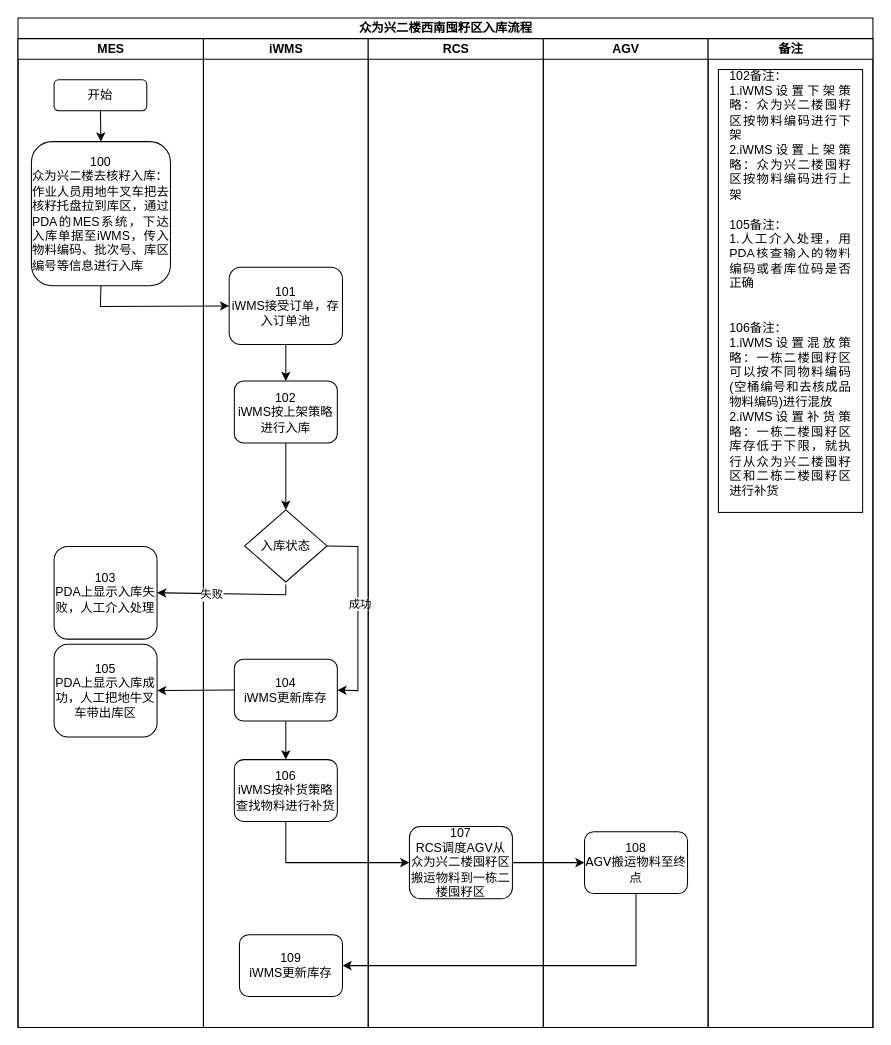
Earlier version of the draw.io diagram page "众为兴二楼西南囤籽区入库流程" (4 of 18) of data/伍子醉-无MES业务流程图.drawio (chenyanxi/hosts). Source tidied: cells renumbered, new cells numbered last; positions are measured from the earlier drawing's top-left corner, leaving out a move shared by most shapes. Both pictures are drawn from the tidied source at 103%, with x=0, y=0 at pixel (18, 18).
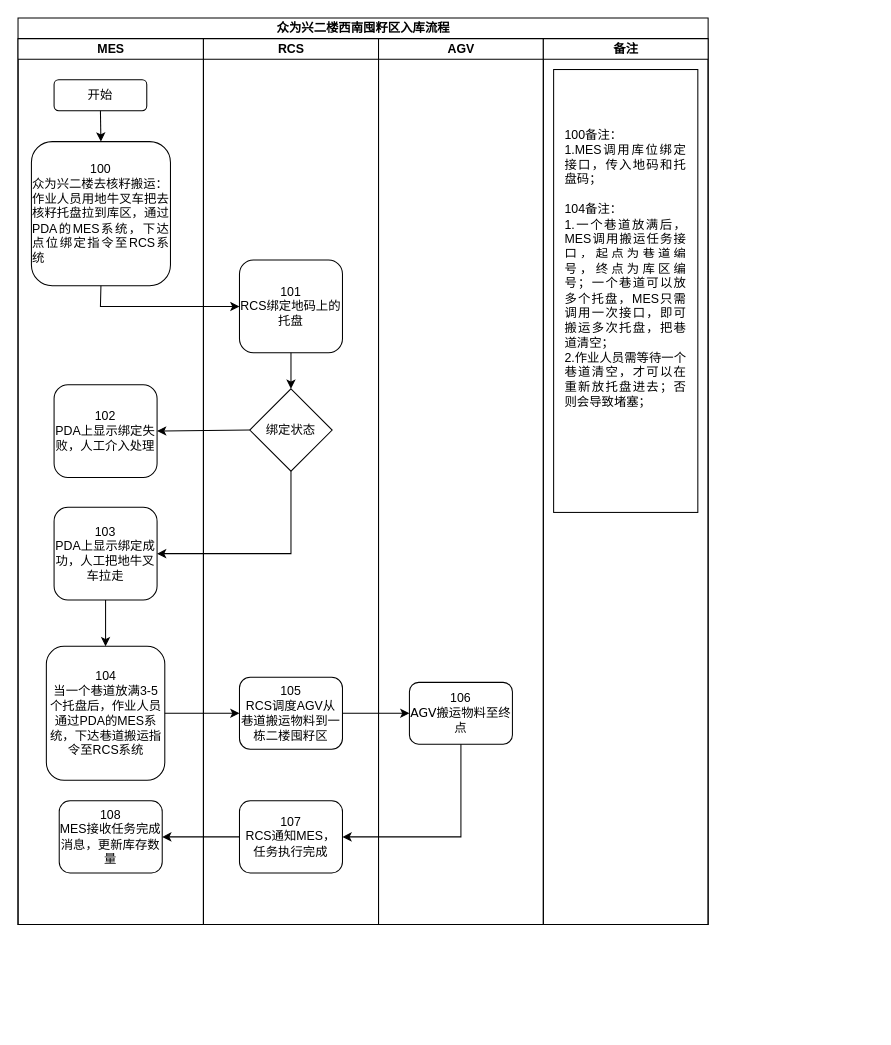
Above is the later version.

The edit, as a diff of the source:
```diff
@@
     <mxCell id="2" value="&lt;font style=&quot;font-size: 12px;&quot;&gt;众为兴二楼西南囤籽区入库流程&lt;/font&gt;" style="swimlane;html=1;startSize=20;rounded=0;shadow=0;labelBackgroundColor=none;strokeWidth=1;fontFamily=Verdana;fontSize=8;align=center;" parent="1" vertex="1">
-      <mxGeometry width="830" height="980" as="geometry" />
+      <mxGeometry width="670" height="880" as="geometry" />
     </mxCell>
     <mxCell id="3" value="MES" style="swimlane;html=1;startSize=20;" parent="2" vertex="1">
-      <mxGeometry y="20" width="180" height="960" as="geometry" />
+      <mxGeometry y="20" width="180" height="860" as="geometry" />
     </mxCell>
@@
-    <mxCell id="5" value="&lt;div&gt;&lt;font face=&quot;Helvetica&quot; style=&quot;font-size: 12px;&quot;&gt;103&lt;/font&gt;&lt;/div&gt;&lt;font face=&quot;Helvetica&quot;&gt;&lt;span style=&quot;font-size: 12px;&quot;&gt;PDA上显示入库失败，人工介入处理&lt;/span&gt;&lt;/font&gt;" style="rounded=1;whiteSpace=wrap;html=1;shadow=0;labelBackgroundColor=none;strokeWidth=1;fontFamily=Verdana;fontSize=8;align=center;" parent="3" vertex="1">
-      <mxGeometry x="35" y="493" width="100" height="90" as="geometry" />
-    </mxCell>
-    <mxCell id="6" value="&lt;div style=&quot;&quot;&gt;&lt;span style=&quot;font-size: 12px; font-family: Helvetica; background-color: initial;&quot;&gt;100&lt;/span&gt;&lt;/div&gt;&lt;font style=&quot;font-size: 12px;&quot; face=&quot;Helvetica&quot;&gt;&lt;div style=&quot;text-align: justify;&quot;&gt;&lt;span style=&quot;background-color: initial;&quot;&gt;众为兴二楼去核籽入库：&lt;/span&gt;&lt;/div&gt;&lt;/font&gt;&lt;div style=&quot;text-align: justify;&quot;&gt;&lt;font style=&quot;font-size: 12px;&quot; face=&quot;Helvetica&quot;&gt;作业人员用地牛叉车把去核籽托盘拉到库区，通过PDA的MES系统，下达入库单据至iWMS，传入物料编码、批次号、库区编号等信息进行入库&lt;/font&gt;&lt;/div&gt;" style="rounded=1;whiteSpace=wrap;html=1;shadow=0;labelBackgroundColor=none;strokeWidth=1;fontFamily=Verdana;fontSize=8;align=center;" parent="3" vertex="1">
+    <mxCell id="6" value="&lt;div style=&quot;&quot;&gt;&lt;span style=&quot;font-size: 12px; font-family: Helvetica; background-color: initial;&quot;&gt;100&lt;/span&gt;&lt;/div&gt;&lt;font style=&quot;font-size: 12px;&quot; face=&quot;Helvetica&quot;&gt;&lt;div style=&quot;text-align: justify;&quot;&gt;&lt;span style=&quot;background-color: initial;&quot;&gt;众为兴二楼去核籽搬运：&lt;/span&gt;&lt;/div&gt;&lt;/font&gt;&lt;div style=&quot;text-align: justify;&quot;&gt;&lt;font style=&quot;font-size: 12px;&quot; face=&quot;Helvetica&quot;&gt;作业人员用地牛叉车把去核籽托盘拉到库区，通过PDA的MES系统，&lt;/font&gt;&lt;span style=&quot;font-family: Helvetica; font-size: 12px; background-color: initial;&quot;&gt;下达点位绑定指令至RCS系统&lt;/span&gt;&lt;/div&gt;" style="rounded=1;whiteSpace=wrap;html=1;shadow=0;labelBackgroundColor=none;strokeWidth=1;fontFamily=Verdana;fontSize=8;align=center;" parent="3" vertex="1">
       <mxGeometry x="13" y="100" width="135" height="140" as="geometry" />
     </mxCell>
@@
-    <mxCell id="8" value="&lt;div&gt;&lt;font face=&quot;Helvetica&quot; style=&quot;font-size: 12px;&quot;&gt;105&lt;/font&gt;&lt;/div&gt;&lt;font face=&quot;Helvetica&quot;&gt;&lt;span style=&quot;font-size: 12px;&quot;&gt;PDA上显示入库成功，人工把地牛叉车带出库区&lt;/span&gt;&lt;/font&gt;" style="rounded=1;whiteSpace=wrap;html=1;shadow=0;labelBackgroundColor=none;strokeWidth=1;fontFamily=Verdana;fontSize=8;align=center;" parent="3" vertex="1">
-      <mxGeometry x="35" y="588" width="100" height="90" as="geometry" />
-    </mxCell>
-    <mxCell id="9" value="iWMS" style="swimlane;html=1;startSize=20;" parent="2" vertex="1">
-      <mxGeometry x="180" y="20" width="160" height="960" as="geometry" />
-    </mxCell>
-    <mxCell id="10" value="&lt;font style=&quot;font-size: 12px;&quot; face=&quot;Helvetica&quot;&gt;101&lt;/font&gt;&lt;div&gt;&lt;font style=&quot;font-size: 12px;&quot; face=&quot;Helvetica&quot;&gt;iWMS接受订单，存入订单池&lt;/font&gt;&lt;/div&gt;" style="rounded=1;whiteSpace=wrap;html=1;shadow=0;labelBackgroundColor=none;strokeWidth=1;fontFamily=Verdana;fontSize=8;align=center;" parent="9" vertex="1">
-      <mxGeometry x="25" y="222" width="110" height="75" as="geometry" />
-    </mxCell>
-    <mxCell id="11" value="&lt;font face=&quot;Helvetica&quot;&gt;&lt;span style=&quot;font-size: 12px;&quot;&gt;入库状态&lt;/span&gt;&lt;/font&gt;" style="rhombus;whiteSpace=wrap;html=1;rounded=0;shadow=0;labelBackgroundColor=none;strokeWidth=1;fontFamily=Verdana;fontSize=8;align=center;" parent="9" vertex="1">
-      <mxGeometry x="40" y="457.5" width="80" height="70" as="geometry" />
-    </mxCell>
-    <mxCell id="12" style="endArrow=classic;html=1;rounded=0;entryX=1;entryY=0.5;entryDx=0;entryDy=0;" parent="9" edge="1" target="5">
-      <mxGeometry relative="1" as="geometry">
-        <mxPoint x="80" y="530" as="sourcePoint" />
-        <Array as="points">
-          <mxPoint x="80" y="540" />
-        </Array>
-      </mxGeometry>
-    </mxCell>
-    <mxCell id="13" value="失败" style="edgeLabel;html=1;align=center;verticalAlign=middle;" parent="12" vertex="1">
-      <mxGeometry x="0.22" y="1" relative="1" as="geometry" />
-    </mxCell>
-    <mxCell id="14" value="&lt;font style=&quot;font-size: 12px;&quot; face=&quot;Helvetica&quot;&gt;102&lt;/font&gt;&lt;div&gt;&lt;font style=&quot;font-size: 12px;&quot; face=&quot;Helvetica&quot;&gt;iWMS按上架策略进行入库&lt;/font&gt;&lt;/div&gt;" style="rounded=1;whiteSpace=wrap;html=1;shadow=0;labelBackgroundColor=none;strokeWidth=1;fontFamily=Verdana;fontSize=8;align=center;" parent="9" vertex="1">
-      <mxGeometry x="30" y="332.5" width="100" height="60" as="geometry" />
-    </mxCell>
-    <mxCell id="15" style="endArrow=classic;html=1;rounded=0;exitX=0.5;exitY=1;exitDx=0;exitDy=0;entryX=0.5;entryY=0;entryDx=0;entryDy=0;" parent="9" edge="1" source="10" target="14">
-      <mxGeometry relative="1" as="geometry" />
-    </mxCell>
-    <mxCell id="16" style="endArrow=classic;html=1;rounded=0;exitX=0.5;exitY=1;exitDx=0;exitDy=0;entryX=0.5;entryY=0;entryDx=0;entryDy=0;" parent="9" edge="1" source="14" target="11">
-      <mxGeometry relative="1" as="geometry" />
-    </mxCell>
-    <mxCell id="17" value="&lt;font style=&quot;font-size: 12px;&quot; face=&quot;Helvetica&quot;&gt;104&lt;/font&gt;&lt;div&gt;&lt;font style=&quot;font-size: 12px;&quot; face=&quot;Helvetica&quot;&gt;iWMS更新库存&lt;/font&gt;&lt;/div&gt;" style="rounded=1;whiteSpace=wrap;html=1;shadow=0;labelBackgroundColor=none;strokeWidth=1;fontFamily=Verdana;fontSize=8;align=center;" parent="9" vertex="1">
-      <mxGeometry x="30" y="602.5" width="100" height="60" as="geometry" />
-    </mxCell>
-    <mxCell id="18" value="&lt;font style=&quot;font-size: 12px;&quot; face=&quot;Helvetica&quot;&gt;106&lt;/font&gt;&lt;div&gt;&lt;font style=&quot;font-size: 12px;&quot; face=&quot;Helvetica&quot;&gt;iWMS按补货策略查找物料进行补货&lt;/font&gt;&lt;/div&gt;" style="rounded=1;whiteSpace=wrap;html=1;shadow=0;labelBackgroundColor=none;strokeWidth=1;fontFamily=Verdana;fontSize=8;align=center;" parent="9" vertex="1">
-      <mxGeometry x="30" y="700" width="100" height="60" as="geometry" />
-    </mxCell>
-    <mxCell id="19" style="endArrow=classic;html=1;rounded=0;exitX=0.5;exitY=1;exitDx=0;exitDy=0;" parent="9" edge="1" source="17" target="18">
-      <mxGeometry relative="1" as="geometry" />
-    </mxCell>
-    <mxCell id="20" value="&lt;font style=&quot;font-size: 12px;&quot; face=&quot;Helvetica&quot;&gt;109&lt;/font&gt;&lt;div&gt;&lt;font style=&quot;font-size: 12px;&quot; face=&quot;Helvetica&quot;&gt;iWMS更新库存&lt;/font&gt;&lt;/div&gt;" style="rounded=1;whiteSpace=wrap;html=1;shadow=0;labelBackgroundColor=none;strokeWidth=1;fontFamily=Verdana;fontSize=8;align=center;" parent="9" vertex="1">
-      <mxGeometry x="35" y="870" width="100" height="60" as="geometry" />
-    </mxCell>
-    <mxCell id="21" style="endArrow=classic;html=1;rounded=0;exitX=1;exitY=0.5;exitDx=0;exitDy=0;entryX=1;entryY=0.5;entryDx=0;entryDy=0;" parent="9" edge="1" source="11" target="17">
-      <mxGeometry relative="1" as="geometry">
-        <Array as="points">
-          <mxPoint x="150" y="493" />
-          <mxPoint x="150" y="633" />
-        </Array>
-      </mxGeometry>
-    </mxCell>
-    <mxCell id="22" value="成功" style="edgeLabel;html=1;align=center;verticalAlign=middle;" parent="21" vertex="1">
-      <mxGeometry x="-0.1" y="1" relative="1" as="geometry" />
-    </mxCell>
+    <mxCell id="34" value="&lt;div&gt;&lt;font face=&quot;Helvetica&quot; style=&quot;font-size: 12px;&quot;&gt;104&lt;/font&gt;&lt;/div&gt;&lt;font face=&quot;Helvetica&quot;&gt;&lt;span style=&quot;font-size: 12px;&quot;&gt;当一个巷道放满3-5个托盘后，作业人员&lt;/span&gt;&lt;/font&gt;&lt;font style=&quot;text-align: justify; font-size: 12px;&quot; face=&quot;Helvetica&quot;&gt;通过PDA的MES系统，&lt;/font&gt;&lt;span style=&quot;text-align: justify; background-color: initial; font-family: Helvetica; font-size: 12px;&quot;&gt;下达巷道搬运指令至RCS系统&lt;/span&gt;" style="rounded=1;whiteSpace=wrap;html=1;shadow=0;labelBackgroundColor=none;strokeWidth=1;fontFamily=Verdana;fontSize=8;align=center;" parent="3" vertex="1">
+      <mxGeometry x="27.5" y="590" width="115" height="130" as="geometry" />
+    </mxCell>
+    <mxCell id="35" value="&lt;font style=&quot;font-size: 12px;&quot; face=&quot;Helvetica&quot;&gt;108&lt;/font&gt;&lt;div&gt;&lt;span style=&quot;font-family: Helvetica; font-size: 12px;&quot;&gt;MES接收任务完成消息，更新库存数量&lt;/span&gt;&lt;/div&gt;" style="rounded=1;whiteSpace=wrap;html=1;shadow=0;labelBackgroundColor=none;strokeWidth=1;fontFamily=Verdana;fontSize=8;align=center;" parent="3" vertex="1">
+      <mxGeometry x="40" y="740" width="100" height="70" as="geometry" />
+    </mxCell>
     <mxCell id="23" value="RCS" style="swimlane;html=1;startSize=20;" parent="2" vertex="1">
-      <mxGeometry x="340" y="20" width="170" height="960" as="geometry" />
+      <mxGeometry x="180" y="20" width="170" height="860" as="geometry" />
     </mxCell>
-    <mxCell id="24" value="&lt;font style=&quot;font-size: 12px;&quot; face=&quot;Helvetica&quot;&gt;107&lt;/font&gt;&lt;div&gt;&lt;font style=&quot;font-size: 12px;&quot; face=&quot;Helvetica&quot;&gt;RCS调度AGV从众为兴二楼囤籽区搬运物料到一栋二楼囤籽区&lt;/font&gt;&lt;/div&gt;" style="rounded=1;whiteSpace=wrap;html=1;shadow=0;labelBackgroundColor=none;strokeWidth=1;fontFamily=Verdana;fontSize=8;align=center;" parent="23" vertex="1">
-      <mxGeometry x="40" y="765" width="100" height="70" as="geometry" />
-    </mxCell>
+    <mxCell id="36" value="&lt;font style=&quot;font-size: 12px;&quot; face=&quot;Helvetica&quot;&gt;105&lt;/font&gt;&lt;div&gt;&lt;font style=&quot;font-size: 12px;&quot; face=&quot;Helvetica&quot;&gt;RCS调度AGV从巷道搬运物料到一栋二楼囤籽区&lt;/font&gt;&lt;/div&gt;" style="rounded=1;whiteSpace=wrap;html=1;shadow=0;labelBackgroundColor=none;strokeWidth=1;fontFamily=Verdana;fontSize=8;align=center;" parent="23" vertex="1">
+      <mxGeometry x="35" y="620" width="100" height="70" as="geometry" />
+    </mxCell>
+    <mxCell id="37" value="&lt;font style=&quot;font-size: 12px;&quot; face=&quot;Helvetica&quot;&gt;107&lt;/font&gt;&lt;div&gt;&lt;font style=&quot;font-size: 12px;&quot; face=&quot;Helvetica&quot;&gt;RCS通知MES，任务执行完成&lt;/font&gt;&lt;/div&gt;" style="rounded=1;whiteSpace=wrap;html=1;shadow=0;labelBackgroundColor=none;strokeWidth=1;fontFamily=Verdana;fontSize=8;align=center;" parent="23" vertex="1">
+      <mxGeometry x="35" y="740" width="100" height="70" as="geometry" />
+    </mxCell>
     <mxCell id="25" value="AGV" style="swimlane;html=1;startSize=20;" parent="2" vertex="1">
-      <mxGeometry x="510" y="20" width="160" height="960" as="geometry" />
+      <mxGeometry x="350" y="20" width="160" height="860" as="geometry" />
     </mxCell>
-    <mxCell id="26" value="&lt;font style=&quot;font-size: 12px;&quot; face=&quot;Helvetica&quot;&gt;108&lt;/font&gt;&lt;div&gt;&lt;font style=&quot;font-size: 12px;&quot;&gt;AGV搬运物料至终点&lt;/font&gt;&lt;/div&gt;" style="rounded=1;whiteSpace=wrap;html=1;shadow=0;labelBackgroundColor=none;strokeWidth=1;fontFamily=Verdana;fontSize=8;align=center;" parent="25" vertex="1">
-      <mxGeometry x="40" y="770" width="100" height="60" as="geometry" />
-    </mxCell>
+    <mxCell id="38" value="&lt;font style=&quot;font-size: 12px;&quot; face=&quot;Helvetica&quot;&gt;106&lt;/font&gt;&lt;div&gt;&lt;font style=&quot;font-size: 12px;&quot;&gt;AGV搬运物料至终点&lt;/font&gt;&lt;/div&gt;" style="rounded=1;whiteSpace=wrap;html=1;shadow=0;labelBackgroundColor=none;strokeWidth=1;fontFamily=Verdana;fontSize=8;align=center;" parent="25" vertex="1">
+      <mxGeometry x="30" y="625" width="100" height="60" as="geometry" />
+    </mxCell>
     <mxCell id="27" value="备注" style="swimlane;html=1;startSize=20;" parent="2" vertex="1">
-      <mxGeometry x="670" y="20" width="160" height="960" as="geometry" />
+      <mxGeometry x="510" y="20" width="160" height="860" as="geometry" />
     </mxCell>
-    <mxCell id="28" value="&lt;div style=&quot;text-align: justify;&quot;&gt;102备注：&lt;/div&gt;&lt;div style=&quot;text-align: justify;&quot;&gt;&lt;span style=&quot;text-align: center; background-color: initial;&quot;&gt;1.iWMS设置下架策略：众为兴二楼囤籽区按物料编码进行下架&lt;/span&gt;&lt;/div&gt;&lt;div style=&quot;text-align: justify;&quot;&gt;&lt;span style=&quot;text-align: center;&quot;&gt;2.&lt;/span&gt;&lt;span style=&quot;background-color: initial; text-align: center;&quot;&gt;iWMS设置上架策略：众为兴二楼囤籽区按物料编码进行上架&lt;/span&gt;&lt;/div&gt;&lt;div style=&quot;text-align: justify;&quot;&gt;&lt;span style=&quot;text-align: center;&quot;&gt;&lt;br&gt;&lt;/span&gt;&lt;/div&gt;&lt;div style=&quot;text-align: justify;&quot;&gt;&lt;span style=&quot;text-align: center;&quot;&gt;105备注：&lt;/span&gt;&lt;/div&gt;&lt;div style=&quot;text-align: justify;&quot;&gt;1.人工介入处理，用PDA核查输入的物料编码或者库位码是否正确&lt;/div&gt;&lt;div style=&quot;text-align: justify;&quot;&gt;&lt;br&gt;&lt;/div&gt;&lt;div style=&quot;text-align: justify;&quot;&gt;&lt;br&gt;&lt;/div&gt;&lt;div style=&quot;text-align: justify;&quot;&gt;&lt;div&gt;106备注：&lt;/div&gt;&lt;div&gt;1.iWMS设置混放策略：一栋二楼囤籽区可以按不同物料编码(空桶编号和去核成品物料编码)进行混放&lt;/div&gt;&lt;div&gt;2.iWMS设置补货策略：一栋二楼囤籽区库存低于下限，就执行从众为兴二楼囤籽区和二栋二楼囤籽区进行补货&lt;/div&gt;&lt;div&gt;&lt;br&gt;&lt;/div&gt;&lt;/div&gt;" style="rounded=0;whiteSpace=wrap;html=1;spacingTop=5;spacingLeft=10;spacingBottom=5;spacingRight=10;" parent="27" vertex="1">
+    <mxCell id="28" value="&lt;div style=&quot;text-align: justify;&quot;&gt;100备注：&lt;/div&gt;&lt;div style=&quot;text-align: justify;&quot;&gt;1.&lt;span style=&quot;background-color: initial; text-align: center;&quot;&gt;MES调用库位绑定接口，传入地码和托盘码；&lt;/span&gt;&lt;/div&gt;&lt;div style=&quot;text-align: justify;&quot;&gt;&lt;span style=&quot;background-color: initial; text-align: center;&quot;&gt;&lt;br&gt;&lt;/span&gt;&lt;/div&gt;&lt;div style=&quot;text-align: justify;&quot;&gt;&lt;span style=&quot;background-color: initial; text-align: center;&quot;&gt;104备注：&lt;/span&gt;&lt;/div&gt;&lt;div style=&quot;text-align: justify;&quot;&gt;&lt;span style=&quot;background-color: initial; text-align: center;&quot;&gt;1.一个巷道放满后，MES调用搬运任务接口，起点为巷道编号，终点为库区编号；一个巷道可以放多个托盘，MES只需调用一次接口，即可搬运多次托盘，把巷道清空；&lt;/span&gt;&lt;/div&gt;&lt;div style=&quot;text-align: justify;&quot;&gt;&lt;span style=&quot;background-color: initial; text-align: center;&quot;&gt;2.作业人员需等待一个巷道清空，才可以在重新放托盘进去；否则会导致堵塞；&lt;/span&gt;&lt;/div&gt;&lt;div style=&quot;text-align: justify;&quot;&gt;&lt;br&gt;&lt;/div&gt;&lt;div style=&quot;text-align: justify;&quot;&gt;&lt;br&gt;&lt;/div&gt;&lt;div style=&quot;text-align: justify;&quot;&gt;&lt;div&gt;&lt;br&gt;&lt;/div&gt;&lt;/div&gt;" style="rounded=0;whiteSpace=wrap;html=1;spacingTop=5;spacingLeft=10;spacingBottom=5;spacingRight=10;" parent="27" vertex="1">
       <mxGeometry x="10" y="30" width="140" height="430" as="geometry" />
     </mxCell>
-    <mxCell id="29" style="endArrow=classic;html=1;rounded=0;exitX=1;exitY=0.5;exitDx=0;exitDy=0;entryX=0;entryY=0.5;entryDx=0;entryDy=0;" parent="2" edge="1" source="24" target="26">
-      <mxGeometry relative="1" as="geometry" />
-    </mxCell>
-    <mxCell id="30" style="endArrow=classic;html=1;rounded=0;exitX=0.5;exitY=1;exitDx=0;exitDy=0;entryX=1;entryY=0.5;entryDx=0;entryDy=0;" parent="2" edge="1" source="26" target="20">
-      <mxGeometry relative="1" as="geometry">
-        <Array as="points">
-          <mxPoint x="600" y="920" />
-        </Array>
-      </mxGeometry>
-    </mxCell>
+    <mxCell id="39" style="endArrow=classic;html=1;rounded=0;exitX=1;exitY=0.5;exitDx=0;exitDy=0;entryX=0;entryY=0.5;entryDx=0;entryDy=0;" parent="2" edge="1" source="34" target="36">
+      <mxGeometry relative="1" as="geometry" />
+    </mxCell>
+    <mxCell id="40" style="endArrow=classic;html=1;rounded=0;exitX=1;exitY=0.5;exitDx=0;exitDy=0;entryX=0;entryY=0.5;entryDx=0;entryDy=0;" parent="2" edge="1" source="36" target="38">
+      <mxGeometry relative="1" as="geometry" />
+    </mxCell>
+    <mxCell id="41" style="endArrow=classic;html=1;rounded=0;exitX=0.5;exitY=1;exitDx=0;exitDy=0;entryX=1;entryY=0.5;entryDx=0;entryDy=0;" parent="2" edge="1" source="38" target="37">
+      <mxGeometry relative="1" as="geometry">
+        <Array as="points">
+          <mxPoint x="430" y="795" />
+        </Array>
+      </mxGeometry>
+    </mxCell>
+    <mxCell id="42" style="endArrow=classic;html=1;rounded=0;exitX=0;exitY=0.5;exitDx=0;exitDy=0;entryX=1;entryY=0.5;entryDx=0;entryDy=0;" parent="2" edge="1" source="37" target="35">
+      <mxGeometry relative="1" as="geometry" />
+    </mxCell>
+    <mxCell id="43" value="&lt;div&gt;&lt;font face=&quot;Helvetica&quot; style=&quot;font-size: 12px;&quot;&gt;102&lt;/font&gt;&lt;/div&gt;&lt;font face=&quot;Helvetica&quot;&gt;&lt;span style=&quot;font-size: 12px;&quot;&gt;PDA上显示绑定失败，人工介入处理&lt;/span&gt;&lt;/font&gt;" style="rounded=1;whiteSpace=wrap;html=1;shadow=0;labelBackgroundColor=none;strokeWidth=1;fontFamily=Verdana;fontSize=8;align=center;" parent="1" vertex="1">
+      <mxGeometry x="35" y="356" width="100" height="90" as="geometry" />
+    </mxCell>
+    <mxCell id="44" value="&lt;div&gt;&lt;font face=&quot;Helvetica&quot; style=&quot;font-size: 12px;&quot;&gt;103&lt;/font&gt;&lt;/div&gt;&lt;font face=&quot;Helvetica&quot;&gt;&lt;span style=&quot;font-size: 12px;&quot;&gt;PDA上显示绑定成功，人工把地牛叉车拉走&lt;/span&gt;&lt;/font&gt;" style="rounded=1;whiteSpace=wrap;html=1;shadow=0;labelBackgroundColor=none;strokeWidth=1;fontFamily=Verdana;fontSize=8;align=center;" parent="1" vertex="1">
+      <mxGeometry x="35" y="475" width="100" height="90" as="geometry" />
+    </mxCell>
+    <mxCell id="45" value="&lt;div&gt;&lt;font face=&quot;Helvetica&quot; style=&quot;font-size: 12px;&quot;&gt;101&lt;/font&gt;&lt;/div&gt;&lt;font face=&quot;Helvetica&quot;&gt;&lt;span style=&quot;font-size: 12px;&quot;&gt;RCS绑定地码上的托盘&lt;/span&gt;&lt;/font&gt;" style="rounded=1;whiteSpace=wrap;html=1;shadow=0;labelBackgroundColor=none;strokeWidth=1;fontFamily=Verdana;fontSize=8;align=center;" parent="1" vertex="1">
+      <mxGeometry x="215" y="235" width="100" height="90" as="geometry" />
+    </mxCell>
+    <mxCell id="46" value="绑定状态" style="rhombus;whiteSpace=wrap;html=1;" parent="1" vertex="1">
+      <mxGeometry x="225" y="360" width="80" height="80" as="geometry" />
+    </mxCell>
+    <mxCell id="47" style="endArrow=classic;html=1;rounded=0;entryX=1;entryY=0.5;entryDx=0;entryDy=0;exitX=0.5;exitY=1;exitDx=0;exitDy=0;" parent="1" edge="1" source="46" target="44">
+      <mxGeometry relative="1" as="geometry">
+        <Array as="points">
+          <mxPoint x="265" y="520" />
+        </Array>
+      </mxGeometry>
+    </mxCell>
+    <mxCell id="48" style="endArrow=classic;html=1;rounded=0;exitX=0;exitY=0.5;exitDx=0;exitDy=0;entryX=1;entryY=0.5;entryDx=0;entryDy=0;" parent="1" edge="1" source="46" target="43">
+      <mxGeometry relative="1" as="geometry" />
+    </mxCell>
-    <mxCell id="31" style="endArrow=classic;html=1;rounded=0;exitX=0.5;exitY=1;exitDx=0;exitDy=0;entryX=0;entryY=0.5;entryDx=0;entryDy=0;" parent="2" edge="1" source="6" target="10">
+    <mxCell id="31" style="endArrow=classic;html=1;rounded=0;exitX=0.5;exitY=1;exitDx=0;exitDy=0;entryX=0;entryY=0.5;entryDx=0;entryDy=0;" parent="1" edge="1" source="6" target="45">
       <mxGeometry relative="1" as="geometry">
         <Array as="points">
           <mxPoint x="80" y="280" />
         </Array>
       </mxGeometry>
     </mxCell>
-    <mxCell id="32" style="endArrow=classic;html=1;rounded=0;exitX=0;exitY=0.5;exitDx=0;exitDy=0;entryX=1;entryY=0.5;entryDx=0;entryDy=0;" parent="2" edge="1" source="17" target="8">
-      <mxGeometry relative="1" as="geometry" />
-    </mxCell>
-    <mxCell id="33" style="endArrow=classic;html=1;rounded=0;exitX=0.5;exitY=1;exitDx=0;exitDy=0;entryX=0;entryY=0.5;entryDx=0;entryDy=0;" parent="2" edge="1" source="18" target="24">
-      <mxGeometry relative="1" as="geometry">
-        <Array as="points">
-          <mxPoint x="260" y="820" />
-        </Array>
-      </mxGeometry>
-    </mxCell>
+    <mxCell id="49" style="endArrow=classic;html=1;rounded=0;exitX=0.5;exitY=1;exitDx=0;exitDy=0;entryX=0.5;entryY=0;entryDx=0;entryDy=0;" parent="1" edge="1" source="45" target="46">
+      <mxGeometry relative="1" as="geometry" />
+    </mxCell>
+    <mxCell id="50" style="endArrow=classic;html=1;rounded=0;exitX=0.5;exitY=1;exitDx=0;exitDy=0;entryX=0.5;entryY=0;entryDx=0;entryDy=0;" parent="1" edge="1" source="44" target="34">
+      <mxGeometry relative="1" as="geometry" />
+    </mxCell>
```
